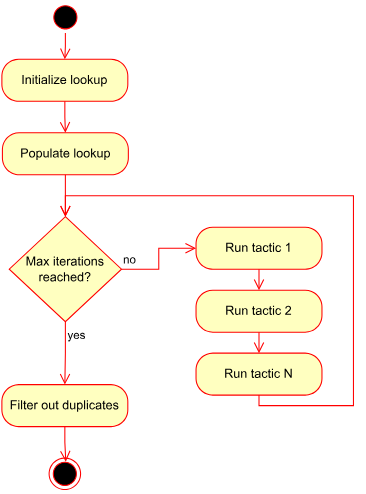
The draw.io diagram fig/term_search_loop.svg in kilpkonn/msc-thesis, before a commit. Source tidied: cells renumbered, new cells last; positions are measured from the earlier drawing's top-left corner, leaving out a move shared by most shapes. Source of this version:
```xml
<mxGraphModel>
  <root>
    <mxCell id="0" />
    <mxCell id="1" parent="0" />
    <mxCell id="2" style="ellipse;html=1;shape=startState;fillColor=#000000;strokeColor=#ff0000;" parent="1" vertex="1">
      <mxGeometry x="45.5" width="30" height="30" as="geometry" />
    </mxCell>
    <mxCell id="3" style="edgeStyle=orthogonalEdgeStyle;html=1;verticalAlign=bottom;endArrow=open;endSize=8;strokeColor=#ff0000;rounded=0;entryX=0.5;entryY=0;entryDx=0;entryDy=0;" parent="1" edge="1" source="2" target="4">
      <mxGeometry relative="1" as="geometry" />
    </mxCell>
    <mxCell id="4" value="Initialize lookup" style="rounded=1;whiteSpace=wrap;html=1;arcSize=40;fontColor=#000000;fillColor=#ffffc0;strokeColor=#ff0000;" parent="1" vertex="1">
      <mxGeometry y="55" width="120" height="40" as="geometry" />
    </mxCell>
    <mxCell id="5" style="edgeStyle=orthogonalEdgeStyle;html=1;verticalAlign=bottom;endArrow=open;endSize=8;strokeColor=#ff0000;rounded=0;" parent="1" edge="1" source="4" target="18">
      <mxGeometry relative="1" as="geometry" />
    </mxCell>
    <mxCell id="6" value="&lt;div&gt;Max iterations&lt;/div&gt;&lt;div&gt;reached?&lt;br&gt;&lt;/div&gt;" style="rhombus;whiteSpace=wrap;html=1;fillColor=#ffffc0;strokeColor=#ff0000;" parent="1" vertex="1">
      <mxGeometry x="7" y="205" width="107" height="100" as="geometry" />
    </mxCell>
    <mxCell id="7" value="no" style="edgeStyle=orthogonalEdgeStyle;html=1;align=left;verticalAlign=bottom;endArrow=open;endSize=8;strokeColor=#ff0000;rounded=0;entryX=0;entryY=0.5;entryDx=0;entryDy=0;" parent="1" edge="1" source="6" target="16">
      <mxGeometry x="-1" relative="1" as="geometry" />
    </mxCell>
    <mxCell id="8" value="yes" style="edgeStyle=orthogonalEdgeStyle;html=1;align=left;verticalAlign=top;endArrow=open;endSize=8;strokeColor=#ff0000;rounded=0;entryX=0.5;entryY=0;entryDx=0;entryDy=0;" parent="1" edge="1" source="6" target="10">
      <mxGeometry x="-1" relative="1" as="geometry" />
    </mxCell>
    <mxCell id="9" style="ellipse;html=1;shape=endState;fillColor=#000000;strokeColor=#ff0000;" parent="1" vertex="1">
      <mxGeometry x="45" y="435" width="30" height="30" as="geometry" />
    </mxCell>
    <mxCell id="10" value="Filter out duplicates" style="rounded=1;whiteSpace=wrap;html=1;arcSize=40;fontColor=#000000;fillColor=#ffffc0;strokeColor=#ff0000;" parent="1" vertex="1">
      <mxGeometry y="365" width="120" height="40" as="geometry" />
    </mxCell>
    <mxCell id="11" style="edgeStyle=orthogonalEdgeStyle;html=1;verticalAlign=bottom;endArrow=open;endSize=8;strokeColor=#ff0000;rounded=0;entryX=0.53;entryY=0.113;entryDx=0;entryDy=0;entryPerimeter=0;" parent="1" edge="1" source="10" target="9">
      <mxGeometry relative="1" as="geometry" />
    </mxCell>
    <mxCell id="12" value="Run tactic 2" style="rounded=1;whiteSpace=wrap;html=1;arcSize=40;fontColor=#000000;fillColor=#ffffc0;strokeColor=#ff0000;" parent="1" vertex="1">
      <mxGeometry x="185" y="275" width="120" height="40" as="geometry" />
    </mxCell>
    <mxCell id="13" style="edgeStyle=orthogonalEdgeStyle;html=1;verticalAlign=bottom;endArrow=open;endSize=8;strokeColor=#ff0000;rounded=0;entryX=0.5;entryY=0;entryDx=0;entryDy=0;" parent="1" edge="1" source="12" target="14">
      <mxGeometry relative="1" as="geometry" />
    </mxCell>
    <mxCell id="14" value="Run tactic N" style="rounded=1;whiteSpace=wrap;html=1;arcSize=40;fontColor=#000000;fillColor=#ffffc0;strokeColor=#ff0000;" parent="1" vertex="1">
      <mxGeometry x="185" y="335" width="120" height="40" as="geometry" />
    </mxCell>
    <mxCell id="15" style="edgeStyle=orthogonalEdgeStyle;html=1;verticalAlign=bottom;endArrow=open;endSize=8;strokeColor=#ff0000;rounded=0;entryX=0.5;entryY=0;entryDx=0;entryDy=0;" parent="1" edge="1" source="14" target="6">
      <mxGeometry relative="1" as="geometry">
        <Array as="points">
          <mxPoint x="245" y="385" />
          <mxPoint x="335" y="385" />
          <mxPoint x="335" y="185" />
          <mxPoint x="61" y="185" />
        </Array>
      </mxGeometry>
    </mxCell>
    <mxCell id="16" value="Run tactic 1" style="rounded=1;whiteSpace=wrap;html=1;arcSize=40;fontColor=#000000;fillColor=#ffffc0;strokeColor=#ff0000;" parent="1" vertex="1">
      <mxGeometry x="185" y="215" width="120" height="40" as="geometry" />
    </mxCell>
    <mxCell id="17" style="edgeStyle=orthogonalEdgeStyle;html=1;verticalAlign=bottom;endArrow=open;endSize=8;strokeColor=#ff0000;rounded=0;entryX=0.5;entryY=0;entryDx=0;entryDy=0;" parent="1" edge="1" source="16" target="12">
      <mxGeometry relative="1" as="geometry" />
    </mxCell>
    <mxCell id="18" value="Populate lookup" style="rounded=1;whiteSpace=wrap;html=1;arcSize=40;fontColor=#000000;fillColor=#ffffc0;strokeColor=#ff0000;" parent="1" vertex="1">
      <mxGeometry x="0.5" y="125" width="120" height="40" as="geometry" />
    </mxCell>
    <mxCell id="19" style="edgeStyle=orthogonalEdgeStyle;html=1;verticalAlign=bottom;endArrow=open;endSize=8;strokeColor=#ff0000;rounded=0;entryX=0.5;entryY=0;entryDx=0;entryDy=0;" parent="1" edge="1" source="18" target="6">
      <mxGeometry relative="1" as="geometry" />
    </mxCell>
  </root>
</mxGraphModel>
```
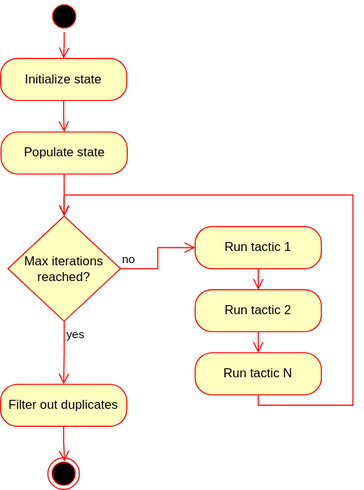
After the change.

Diff of the diagram source:
```diff
@@ -8,7 +8,7 @@
     <mxCell id="3" style="edgeStyle=orthogonalEdgeStyle;html=1;verticalAlign=bottom;endArrow=open;endSize=8;strokeColor=#ff0000;rounded=0;entryX=0.5;entryY=0;entryDx=0;entryDy=0;" parent="1" edge="1" source="2" target="4">
       <mxGeometry relative="1" as="geometry" />
     </mxCell>
-    <mxCell id="4" value="Initialize lookup" style="rounded=1;whiteSpace=wrap;html=1;arcSize=40;fontColor=#000000;fillColor=#ffffc0;strokeColor=#ff0000;" parent="1" vertex="1">
+    <mxCell id="4" value="Initialize state" style="rounded=1;whiteSpace=wrap;html=1;arcSize=40;fontColor=#000000;fillColor=#ffffc0;strokeColor=#ff0000;" parent="1" vertex="1">
       <mxGeometry y="55" width="120" height="40" as="geometry" />
     </mxCell>
     <mxCell id="5" style="edgeStyle=orthogonalEdgeStyle;html=1;verticalAlign=bottom;endArrow=open;endSize=8;strokeColor=#ff0000;rounded=0;" parent="1" edge="1" source="4" target="18">
@@ -57,7 +57,7 @@
     <mxCell id="17" style="edgeStyle=orthogonalEdgeStyle;html=1;verticalAlign=bottom;endArrow=open;endSize=8;strokeColor=#ff0000;rounded=0;entryX=0.5;entryY=0;entryDx=0;entryDy=0;" parent="1" edge="1" source="16" target="12">
       <mxGeometry relative="1" as="geometry" />
     </mxCell>
-    <mxCell id="18" value="Populate lookup" style="rounded=1;whiteSpace=wrap;html=1;arcSize=40;fontColor=#000000;fillColor=#ffffc0;strokeColor=#ff0000;" parent="1" vertex="1">
+    <mxCell id="18" value="&lt;div&gt;Populate state&lt;/div&gt;" style="rounded=1;whiteSpace=wrap;html=1;arcSize=40;fontColor=#000000;fillColor=#ffffc0;strokeColor=#ff0000;" parent="1" vertex="1">
       <mxGeometry x="0.5" y="125" width="120" height="40" as="geometry" />
     </mxCell>
     <mxCell id="19" style="edgeStyle=orthogonalEdgeStyle;html=1;verticalAlign=bottom;endArrow=open;endSize=8;strokeColor=#ff0000;rounded=0;entryX=0.5;entryY=0;entryDx=0;entryDy=0;" parent="1" edge="1" source="18" target="6">
```
